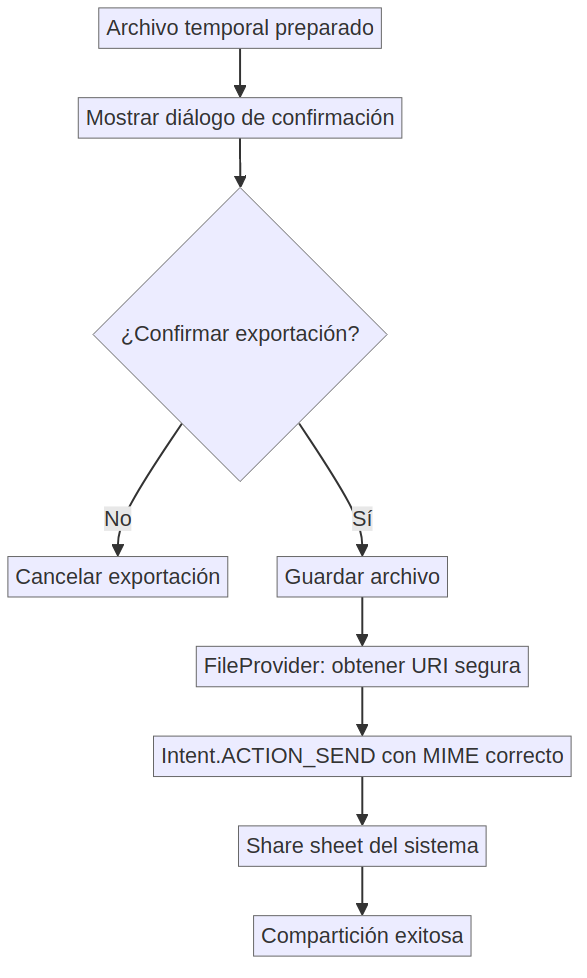
smith-3/Taller-Grado-II keeps this Mermaid diagram as images/diagrams/cap4_f8_export_flow_part2.png. Above is the earlier version. Its source is kept beside it as images/diagrams/cap4_f8_export_flow_part2.mmd.
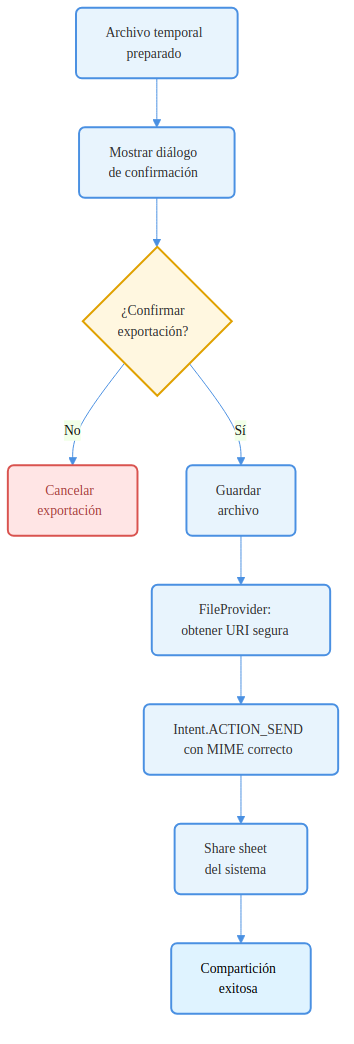
The same file after the commit.

Change to the diagram source:
```diff
@@ -1,9 +1,25 @@
+%%{init: {
+  "theme": "base",
+  "themeVariables": {
+    "fontFamily": "Arial, sans-serif",
+    "fontSize": "14px",
+    "lineColor": "#4A90E2"
+  }
+}}%%
 flowchart TD
-    K[Archivo temporal preparado] --> L[Mostrar diálogo de confirmación]
-    L --> M{¿Confirmar exportación?}
-    M -- No --> O[Cancelar exportación]
-    M -- Sí --> N[Guardar archivo]
-    N --> P[FileProvider: obtener URI segura]
-    P --> Q[Intent.ACTION_SEND con MIME correcto]
-    Q --> R[Share sheet del sistema]
-    R --> S[Compartición exitosa]
+    K[Archivo temporal<br/>preparado]:::step --> L[Mostrar diálogo<br/>de confirmación]:::step
+
+    L --> M{¿Confirmar<br/>exportación?}:::decision
+
+    M -- No --> O[Cancelar<br/>exportación]:::error
+    M -- Sí --> N[Guardar<br/>archivo]:::step
+
+    N --> P[FileProvider:<br/>obtener URI segura]:::step
+    P --> Q[Intent.ACTION_SEND<br/>con MIME correcto]:::step
+    Q --> R[Share sheet<br/>del sistema]:::step
+    R --> S[Compartición<br/>exitosa]:::final
+
+    classDef step fill:#E8F4FD,stroke:#4A90E2,stroke-width:2px,color:#333,rx:6,ry:6;
+    classDef decision fill:#FFF7E0,stroke:#E0A100,stroke-width:2px,color:#333,rx:6,ry:6;
+    classDef error fill:#FFE5E5,stroke:#D9534F,stroke-width:2px,color:#A94442,rx:6,ry:6;
+    classDef final fill:#DFF3FF,stroke:#4A90E2,stroke-width:2px,color:#000,rx:6,ry:6;
```
